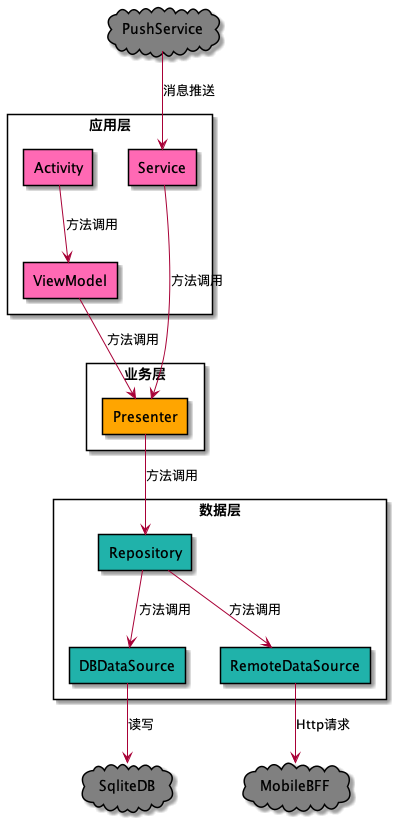
Before: images/intra_process_diagram.png, a diagram exported from PlantUML (behring/8x-flow-diagram).
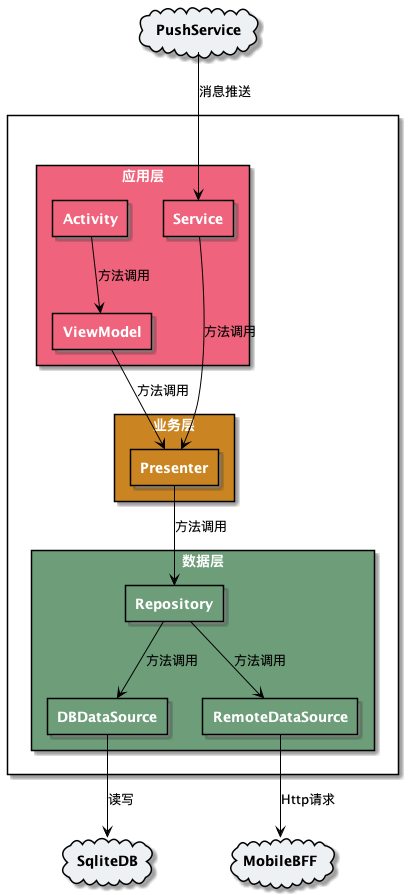
The same diagram one commit later.

The edit, as a diff of the source:
```diff
@@ -1,52 +1,63 @@
 @startuml
-skinparam componentStyle rectangle
-skinparam rectangleFontColor black
-        rectangle 应用层 {
-rectangle Activity #HotPink
-rectangle ViewModel #HotPink
-rectangle Service #HotPink
+skinparam rectangleFontColor white
+        rectangle <size:20>链家Android应用进程内架构图 {
+rectangle "<size:14><b>应用层" as 应用层  #F0637C {
+rectangle "<size:14><b>Activity" as Activity  #F0637C
+
+
+rectangle "<size:14><b>ViewModel" as ViewModel  #F0637C
+
+
+rectangle "<size:14><b>Service" as Service  #F0637C
+
+
 }
 
-rectangle 业务层 {
-rectangle Presenter #orange
+rectangle "<size:14><b>业务层" as 业务层  #CA8522 {
+rectangle "<size:14><b>Presenter" as Presenter  #CA8522
+
+
 }
 
-rectangle 数据层 {
-rectangle Repository #LightSeaGreen
-rectangle DBDataSource #LightSeaGreen
-rectangle RemoteDataSource #LightSeaGreen
+rectangle "<size:14><b>数据层" as 数据层  #6D9D79 {
+rectangle "<size:14><b>Repository" as Repository  #6D9D79
+
+
+rectangle "<size:14><b>DBDataSource" as DBDataSource  #6D9D79
+
+
+rectangle "<size:14><b>RemoteDataSource" as RemoteDataSource  #6D9D79
+
+
 }
 
-cloud PushService #Gray
-[PushService]-->[Service]:消息推送
+}
+cloud "<size:14><b>PushService" as PushService  #EDF1F3
+
+cloud "<size:14><b>MobileBFF" as MobileBFF  #EDF1F3
+
+cloud "<size:14><b>SqliteDB" as SqliteDB  #EDF1F3
+
+PushService -[#000000]-> Service:消息推送
 
 
-cloud MobileBFF #Gray
+
+Activity -[#000000]-> ViewModel:方法调用
+
+ViewModel -[#000000]-> Presenter:方法调用
+
+Service -[#000000]-> Presenter:方法调用
 
 
-cloud SqliteDB #Gray
+Presenter -[#000000]-> Repository:方法调用
 
 
-[Activity]-->[ViewModel]:方法调用
+Repository -[#000000]-> DBDataSource:方法调用
+Repository -[#000000]-> RemoteDataSource:方法调用
 
+DBDataSource -[#000000]-> SqliteDB:读写
 
-[ViewModel]-->[Presenter]:方法调用
-
-
-[Service]-->[Presenter]:方法调用
-
-
-[Presenter]-->[Repository]:方法调用
-
-
-[Repository]-->[DBDataSource]:方法调用
-[Repository]-->[RemoteDataSource]:方法调用
-
-
-[DBDataSource]-->[SqliteDB]:读写
-
-
-[RemoteDataSource]-->[MobileBFF]:Http请求
+RemoteDataSource -[#000000]-> MobileBFF:Http请求
 
 
 
```
